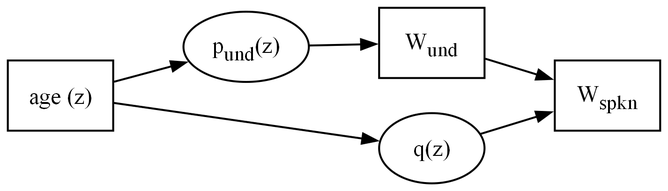
Earlier version of the Graphviz export docs/report/diagrams/fig-joint-generative.png (dseinternational/vocabulary-growth). Its source is kept beside it as docs/report/diagrams/fig-joint-generative.dot.
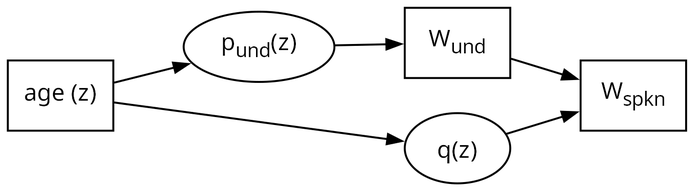
After the change.

Diff of the diagram source:
```diff
@@ -1,7 +1,7 @@
 digraph JointGenerative {
-    graph [rankdir=LR]
-    edge [arrowsize=0.75]
-    node [fontsize=12]
+    graph [rankdir=LR, fontname="Noto Sans"]
+    edge [arrowsize=0.75, fontname="Noto Sans"]
+    node [fontsize=12, fontname="Noto Sans"]
     z  [label="age (z)", shape=box]
     pU [label=<p<SUB>und</SUB>(z)>, shape=ellipse]
     q  [label=<q(z)>, shape=ellipse]
```
